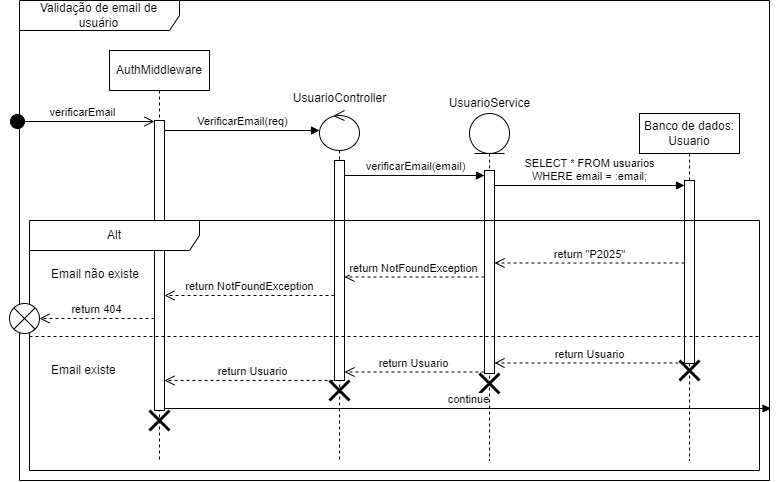
The draw.io diagram UML/sequencia/usuario/Verificacao_email.drawio.png in Dev-Vinicius-Borges/thousand-miles, before a commit. Source tidied: cells renumbered, new cells last; positions are measured from the earlier drawing's top-left corner, leaving out a move shared by most shapes.
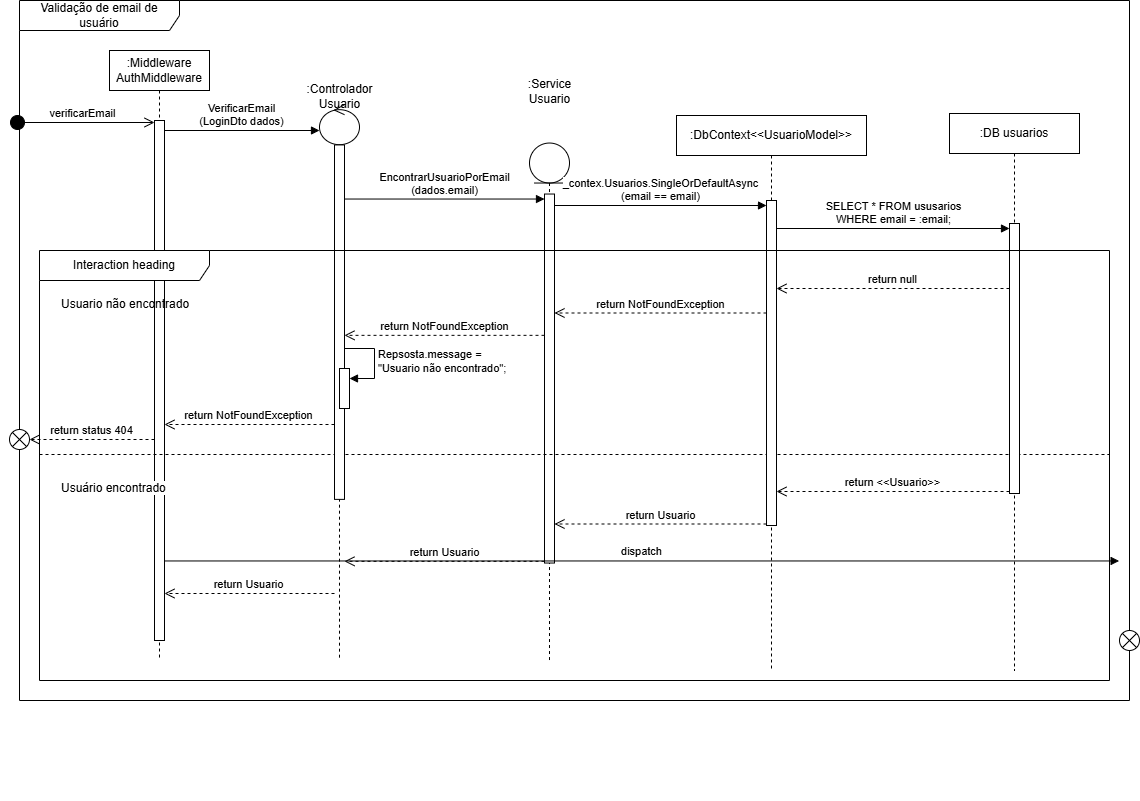
The same diagram one commit later.

Commit message:
docs(UML): Refatorando o diagrama para o login.

What changed in the source:
```diff
@@ -3,124 +3,152 @@
     <mxCell id="0" />
     <mxCell id="1" parent="0" />
     <mxCell id="2" value="Validação de email de usuário" style="shape=umlFrame;whiteSpace=wrap;html=1;width=160;" parent="1" vertex="1">
-      <mxGeometry x="10" width="750" height="480" as="geometry" />
+      <mxGeometry x="10" width="1110" height="700" as="geometry" />
     </mxCell>
-    <mxCell id="3" value="AuthMiddleware" style="shape=umlLifeline;perimeter=lifelinePerimeter;whiteSpace=wrap;html=1;newEdgeStyle={&quot;curved&quot;:0,&quot;rounded&quot;:0};" parent="2" vertex="1">
-      <mxGeometry x="90" y="50" width="100" height="410" as="geometry" />
+    <mxCell id="3" value=":Middleware&lt;div&gt;AuthMiddleware&lt;/div&gt;" style="shape=umlLifeline;perimeter=lifelinePerimeter;whiteSpace=wrap;html=1;newEdgeStyle={&quot;curved&quot;:0,&quot;rounded&quot;:0};" parent="2" vertex="1">
+      <mxGeometry x="90" y="50" width="100" height="610" as="geometry" />
     </mxCell>
     <mxCell id="4" style="html=1;points=[[0,0,0,0,5],[0,1,0,0,-5],[1,0,0,0,5],[1,1,0,0,-5]];perimeter=orthogonalPerimeter;outlineConnect=0;targetShapes=umlLifeline;portConstraint=eastwest;newEdgeStyle={&quot;curved&quot;:0,&quot;rounded&quot;:0};" parent="3" vertex="1">
-      <mxGeometry x="45" y="70" width="10" height="290" as="geometry" />
+      <mxGeometry x="45" y="70" width="10" height="520" as="geometry" />
     </mxCell>
+    <mxCell id="7" value="verificarEmail" style="html=1;verticalAlign=bottom;startArrow=circle;startFill=1;endArrow=open;startSize=6;endSize=8;curved=0;rounded=0;" parent="2" edge="1" target="4">
+      <mxGeometry relative="1" as="geometry">
+        <mxPoint x="-10" y="122" as="sourcePoint" />
+      </mxGeometry>
+    </mxCell>
+    <mxCell id="8" value="VerificarEmail&lt;div&gt;(LoginDto dados)&lt;/div&gt;" style="html=1;verticalAlign=bottom;endArrow=block;curved=0;rounded=0;" parent="2" edge="1" source="4">
+      <mxGeometry relative="1" as="geometry">
+        <mxPoint x="300" y="130" as="targetPoint" />
+      </mxGeometry>
+    </mxCell>
+    <mxCell id="12" value="EncontrarUsuarioPorEmail&lt;div&gt;(dados.email)&lt;/div&gt;" style="html=1;verticalAlign=bottom;endArrow=block;curved=0;rounded=0;entryX=0;entryY=0;entryDx=0;entryDy=5;" parent="2" edge="1" source="6" target="10">
+      <mxGeometry relative="1" as="geometry" />
+    </mxCell>
+    <mxCell id="33" style="group;" parent="2" vertex="1">
+      <mxGeometry x="480" y="80" width="610" height="720" as="geometry" />
+    </mxCell>
+    <mxCell id="9" style="shape=umlLifeline;perimeter=lifelinePerimeter;whiteSpace=wrap;html=1;newEdgeStyle={&quot;curved&quot;:0,&quot;rounded&quot;:0};participant=umlEntity;" parent="33" vertex="1">
+      <mxGeometry x="30" y="62.5" width="40" height="517.5" as="geometry" />
+    </mxCell>
+    <mxCell id="10" style="html=1;points=[[0,0,0,0,5],[0,1,0,0,-5],[1,0,0,0,5],[1,1,0,0,-5]];perimeter=orthogonalPerimeter;outlineConnect=0;targetShapes=umlLifeline;portConstraint=eastwest;newEdgeStyle={&quot;curved&quot;:0,&quot;rounded&quot;:0};" parent="9" vertex="1">
+      <mxGeometry x="15" y="51" width="10" height="369" as="geometry" />
+    </mxCell>
+    <mxCell id="31" value=":Service&lt;div&gt;Usuario&lt;/div&gt;" style="text;html=1;align=center;verticalAlign=middle;strokeColor=none;fillColor=none;" parent="33" vertex="1">
+      <mxGeometry x="15" y="-9.5" width="70" height="40" as="geometry" />
+    </mxCell>
+    <mxCell id="34" value="Usuário encontrado" style="line;strokeWidth=1;dashed=1;labelPosition=center;verticalLabelPosition=bottom;align=left;verticalAlign=top;spacingLeft=20;spacingTop=15;html=1;whiteSpace=wrap;" parent="33" vertex="1">
+      <mxGeometry x="-460" y="369" width="1070" height="10" as="geometry" />
+    </mxCell>
+    <mxCell id="35" style="group;" parent="2" vertex="1">
+      <mxGeometry x="260" y="80" width="120" height="580" as="geometry" />
+    </mxCell>
-    <mxCell id="5" style="shape=umlLifeline;perimeter=lifelinePerimeter;whiteSpace=wrap;html=1;newEdgeStyle={&quot;curved&quot;:0,&quot;rounded&quot;:0};participant=umlControl;" parent="2" vertex="1">
-      <mxGeometry x="300" y="110" width="40" height="350" as="geometry" />
+    <mxCell id="5" style="shape=umlLifeline;perimeter=lifelinePerimeter;whiteSpace=wrap;html=1;newEdgeStyle={&quot;curved&quot;:0,&quot;rounded&quot;:0};participant=umlControl;" parent="35" vertex="1">
+      <mxGeometry x="40" y="24.2" width="40" height="555.8" as="geometry" />
     </mxCell>
     <mxCell id="6" style="html=1;points=[[0,0,0,0,5],[0,1,0,0,-5],[1,0,0,0,5],[1,1,0,0,-5]];perimeter=orthogonalPerimeter;outlineConnect=0;targetShapes=umlLifeline;portConstraint=eastwest;newEdgeStyle={&quot;curved&quot;:0,&quot;rounded&quot;:0};" parent="5" vertex="1">
-      <mxGeometry x="15" y="50" width="10" height="220" as="geometry" />
+      <mxGeometry x="15" y="40.3" width="10" height="354.4" as="geometry" />
     </mxCell>
-    <mxCell id="7" value="verificarEmail" style="html=1;verticalAlign=bottom;startArrow=circle;startFill=1;endArrow=open;startSize=6;endSize=8;curved=0;rounded=0;" parent="2" edge="1">
-      <mxGeometry relative="1" as="geometry">
-        <mxPoint x="-10" y="121" as="sourcePoint" />
-        <mxPoint x="135" y="121" as="targetPoint" />
-      </mxGeometry>
-    </mxCell>
-    <mxCell id="8" value="VerificarEmail(req)" style="html=1;verticalAlign=bottom;endArrow=block;curved=0;rounded=0;" parent="2" edge="1" source="4">
-      <mxGeometry relative="1" as="geometry">
-        <mxPoint x="300" y="130" as="targetPoint" />
-      </mxGeometry>
-    </mxCell>
-    <mxCell id="9" style="shape=umlLifeline;perimeter=lifelinePerimeter;whiteSpace=wrap;html=1;newEdgeStyle={&quot;curved&quot;:0,&quot;rounded&quot;:0};participant=umlEntity;" parent="2" vertex="1">
-      <mxGeometry x="450" y="113" width="40" height="347" as="geometry" />
-    </mxCell>
-    <mxCell id="10" style="html=1;points=[[0,0,0,0,5],[0,1,0,0,-5],[1,0,0,0,5],[1,1,0,0,-5]];perimeter=orthogonalPerimeter;outlineConnect=0;targetShapes=umlLifeline;portConstraint=eastwest;newEdgeStyle={&quot;curved&quot;:0,&quot;rounded&quot;:0};" parent="9" vertex="1">
-      <mxGeometry x="15" y="57" width="10" height="203" as="geometry" />
-    </mxCell>
-    <mxCell id="11" style="shape=umlDestroy;whiteSpace=wrap;html=1;strokeWidth=3;targetShapes=umlLifeline;" parent="9" vertex="1">
-      <mxGeometry x="10" y="260" width="20" height="20" as="geometry" />
-    </mxCell>
-    <mxCell id="12" value="verificarEmail(email)" style="html=1;verticalAlign=bottom;endArrow=block;curved=0;rounded=0;entryX=0;entryY=0;entryDx=0;entryDy=5;" parent="2" edge="1" source="6" target="10">
-      <mxGeometry relative="1" as="geometry" />
-    </mxCell>
-    <mxCell id="13" value="Banco de dados:&lt;div&gt;Usuario&lt;/div&gt;" style="shape=umlLifeline;perimeter=lifelinePerimeter;whiteSpace=wrap;html=1;newEdgeStyle={&quot;curved&quot;:0,&quot;rounded&quot;:0};" parent="2" vertex="1">
-      <mxGeometry x="620" y="113" width="100" height="347" as="geometry" />
-    </mxCell>
-    <mxCell id="14" style="html=1;points=[[0,0,0,0,5],[0,1,0,0,-5],[1,0,0,0,5],[1,1,0,0,-5]];perimeter=orthogonalPerimeter;outlineConnect=0;targetShapes=umlLifeline;portConstraint=eastwest;newEdgeStyle={&quot;curved&quot;:0,&quot;rounded&quot;:0};" parent="13" vertex="1">
-      <mxGeometry x="45" y="67" width="10" height="183" as="geometry" />
-    </mxCell>
-    <mxCell id="15" value="SELECT * FROM usuarios&lt;div&gt;WHERE email = :email;&lt;/div&gt;" style="html=1;verticalAlign=bottom;endArrow=block;curved=0;rounded=0;entryX=0;entryY=0;entryDx=0;entryDy=5;" parent="2" edge="1" source="10" target="14">
-      <mxGeometry relative="1" as="geometry" />
-    </mxCell>
-    <mxCell id="16" value="Alt" style="shape=umlFrame;whiteSpace=wrap;html=1;width=170;" parent="2" vertex="1">
-      <mxGeometry x="10" y="220" width="730" height="250" as="geometry" />
-    </mxCell>
-    <mxCell id="17" value="Email não existe" style="text;html=1;" parent="16" vertex="1">
-      <mxGeometry width="100" height="20" relative="1" as="geometry">
-        <mxPoint x="20" y="40" as="offset" />
-      </mxGeometry>
-    </mxCell>
-    <mxCell id="18" value="Email existe" style="line;strokeWidth=1;dashed=1;labelPosition=center;verticalLabelPosition=bottom;align=left;verticalAlign=top;spacingLeft=20;spacingTop=15;html=1;whiteSpace=wrap;" parent="16" vertex="1">
-      <mxGeometry y="111" width="730" height="10" as="geometry" />
-    </mxCell>
-    <mxCell id="19" value="return Usuario" style="html=1;verticalAlign=bottom;endArrow=open;dashed=1;endSize=8;curved=0;rounded=0;" parent="16" edge="1" target="4">
-      <mxGeometry relative="1" as="geometry">
-        <mxPoint x="310" y="160" as="sourcePoint" />
-      </mxGeometry>
-    </mxCell>
-    <mxCell id="20" style="shape=umlDestroy;whiteSpace=wrap;html=1;strokeWidth=3;targetShapes=umlLifeline;" parent="16" vertex="1">
-      <mxGeometry x="120" y="190" width="20" height="20" as="geometry" />
-    </mxCell>
-    <mxCell id="21" style="shape=umlDestroy;whiteSpace=wrap;html=1;strokeWidth=3;targetShapes=umlLifeline;" parent="16" vertex="1">
-      <mxGeometry x="300" y="160" width="20" height="20" as="geometry" />
-    </mxCell>
-    <mxCell id="22" style="shape=umlDestroy;whiteSpace=wrap;html=1;strokeWidth=3;targetShapes=umlLifeline;" parent="16" vertex="1">
-      <mxGeometry x="650" y="140" width="20" height="20" as="geometry" />
-    </mxCell>
-    <mxCell id="23" value="return &quot;P2025&quot;" style="html=1;verticalAlign=bottom;endArrow=open;dashed=1;endSize=8;curved=0;rounded=0;" parent="2" edge="1">
-      <mxGeometry relative="1" as="geometry">
-        <mxPoint x="665" y="262.5" as="sourcePoint" />
-        <mxPoint x="475" y="262.5" as="targetPoint" />
-      </mxGeometry>
-    </mxCell>
-    <mxCell id="24" value="return&amp;nbsp;NotFoundException" style="html=1;verticalAlign=bottom;endArrow=open;dashed=1;endSize=8;curved=0;rounded=0;" parent="2" edge="1">
-      <mxGeometry relative="1" as="geometry">
-        <mxPoint x="465" y="276.5" as="sourcePoint" />
-        <mxPoint x="325" y="276.5" as="targetPoint" />
-      </mxGeometry>
-    </mxCell>
-    <mxCell id="25" value="return&amp;nbsp;NotFoundException" style="html=1;verticalAlign=bottom;endArrow=open;dashed=1;endSize=8;curved=0;rounded=0;" parent="2" edge="1">
-      <mxGeometry relative="1" as="geometry">
-        <mxPoint x="315" y="295" as="sourcePoint" />
-        <mxPoint x="145" y="295" as="targetPoint" />
-      </mxGeometry>
-    </mxCell>
-    <mxCell id="26" style="shape=sumEllipse;perimeter=ellipsePerimeter;html=1;backgroundOutline=1;" parent="2" vertex="1">
-      <mxGeometry x="-10" y="303" width="30" height="30" as="geometry" />
-    </mxCell>
-    <mxCell id="27" value="return Usuario" style="html=1;verticalAlign=bottom;endArrow=open;dashed=1;endSize=8;curved=0;rounded=0;" parent="2" edge="1">
-      <mxGeometry relative="1" as="geometry">
-        <mxPoint x="665" y="362.5" as="sourcePoint" />
-        <mxPoint x="475" y="362.5" as="targetPoint" />
-      </mxGeometry>
-    </mxCell>
-    <mxCell id="28" value="return Usuario" style="html=1;verticalAlign=bottom;endArrow=open;dashed=1;endSize=8;curved=0;rounded=0;" parent="2" edge="1">
-      <mxGeometry relative="1" as="geometry">
-        <mxPoint x="465" y="371.5" as="sourcePoint" />
-        <mxPoint x="325" y="371.5" as="targetPoint" />
-      </mxGeometry>
-    </mxCell>
-    <mxCell id="29" value="continue" style="html=1;verticalAlign=bottom;endArrow=block;curved=0;rounded=0;entryX=1.002;entryY=0.85;entryDx=0;entryDy=0;entryPerimeter=0;" parent="2" edge="1" source="4" target="2">
-      <mxGeometry relative="1" as="geometry" />
-    </mxCell>
-    <mxCell id="30" value="UsuarioController" style="text;html=1;align=center;verticalAlign=middle;strokeColor=none;fillColor=none;" parent="1" vertex="1">
-      <mxGeometry x="270" y="83" width="120" height="30" as="geometry" />
+    <mxCell id="30" value=":Controlador&lt;div&gt;Usuario&lt;/div&gt;" style="text;html=1;align=center;verticalAlign=middle;strokeColor=none;fillColor=none;" parent="35" vertex="1">
+      <mxGeometry x="15" y="-4" width="90" height="40" as="geometry" />
     </mxCell>
-    <mxCell id="31" value="UsuarioService" style="text;html=1;align=center;verticalAlign=middle;strokeColor=none;fillColor=none;" parent="1" vertex="1">
-      <mxGeometry x="430" y="88" width="100" height="30" as="geometry" />
-    </mxCell>
-    <mxCell id="32" value="return 404" style="html=1;verticalAlign=bottom;endArrow=open;dashed=1;endSize=8;curved=0;rounded=0;entryX=1;entryY=0.5;entryDx=0;entryDy=0;" parent="1" edge="1">
-      <mxGeometry relative="1" as="geometry">
-        <mxPoint x="145" y="318" as="sourcePoint" />
-        <mxPoint x="30" y="318" as="targetPoint" />
-      </mxGeometry>
-    </mxCell>
+    <mxCell id="36" value=":DbContext&amp;lt;&amp;lt;UsuarioModel&amp;gt;&amp;gt;" style="shape=umlLifeline;perimeter=lifelinePerimeter;whiteSpace=wrap;html=1;newEdgeStyle={&quot;curved&quot;:0,&quot;rounded&quot;:0};" parent="2" vertex="1">
+      <mxGeometry x="657" y="115" width="190" height="555" as="geometry" />
+    </mxCell>
+    <mxCell id="37" style="html=1;points=[[0,0,0,0,5],[0,1,0,0,-5],[1,0,0,0,5],[1,1,0,0,-5]];perimeter=orthogonalPerimeter;outlineConnect=0;targetShapes=umlLifeline;portConstraint=eastwest;newEdgeStyle={&quot;curved&quot;:0,&quot;rounded&quot;:0};" parent="36" vertex="1">
+      <mxGeometry x="90" y="85" width="10" height="325" as="geometry" />
+    </mxCell>
+    <mxCell id="38" value=":DB usuarios" style="shape=umlLifeline;perimeter=lifelinePerimeter;whiteSpace=wrap;html=1;newEdgeStyle={&quot;curved&quot;:0,&quot;rounded&quot;:0};" parent="2" vertex="1">
+      <mxGeometry x="930" y="113" width="130" height="557" as="geometry" />
+    </mxCell>
+    <mxCell id="39" style="html=1;points=[[0,0,0,0,5],[0,1,0,0,-5],[1,0,0,0,5],[1,1,0,0,-5]];perimeter=orthogonalPerimeter;outlineConnect=0;targetShapes=umlLifeline;portConstraint=eastwest;newEdgeStyle={&quot;curved&quot;:0,&quot;rounded&quot;:0};" parent="38" vertex="1">
+      <mxGeometry x="60" y="110" width="10" height="270" as="geometry" />
+    </mxCell>
+    <mxCell id="40" value="_contex.Usuarios.SingleOrDefaultAsync&lt;div&gt;(email == email)&lt;/div&gt;" style="html=1;verticalAlign=bottom;endArrow=block;curved=0;rounded=0;entryX=0;entryY=0;entryDx=0;entryDy=5;" parent="2" edge="1" source="10" target="37">
+      <mxGeometry relative="1" as="geometry" />
+    </mxCell>
+    <mxCell id="41" value="SELECT * FROM ususarios&lt;div&gt;WHERE email = :email;&lt;/div&gt;" style="html=1;verticalAlign=bottom;endArrow=block;curved=0;rounded=0;entryX=0;entryY=0;entryDx=0;entryDy=5;" parent="2" edge="1" source="37" target="39">
+      <mxGeometry relative="1" as="geometry" />
+    </mxCell>
+    <mxCell id="42" value="return null" style="html=1;verticalAlign=bottom;endArrow=open;dashed=1;endSize=8;curved=0;rounded=0;exitX=0;exitY=1;exitDx=0;exitDy=-5;" parent="2" edge="1">
+      <mxGeometry relative="1" as="geometry">
+        <mxPoint x="990" y="288" as="sourcePoint" />
+        <mxPoint x="757" y="288" as="targetPoint" />
+      </mxGeometry>
+    </mxCell>
+    <mxCell id="43" value="return NotFoundException" style="html=1;verticalAlign=bottom;endArrow=open;dashed=1;endSize=8;curved=0;rounded=0;" parent="2" edge="1">
+      <mxGeometry relative="1" as="geometry">
+        <mxPoint x="747" y="312.5" as="sourcePoint" />
+        <mxPoint x="535" y="312.5" as="targetPoint" />
+      </mxGeometry>
+    </mxCell>
+    <mxCell id="44" value="return NotFoundException" style="html=1;verticalAlign=bottom;endArrow=open;dashed=1;endSize=8;curved=0;rounded=0;" parent="2" edge="1">
+      <mxGeometry relative="1" as="geometry">
+        <mxPoint x="525" y="334.8" as="sourcePoint" />
+        <mxPoint x="325" y="334.8" as="targetPoint" />
+      </mxGeometry>
+    </mxCell>
+    <mxCell id="45" value="return NotFoundException" style="html=1;verticalAlign=bottom;endArrow=open;dashed=1;endSize=8;curved=0;rounded=0;" parent="2" edge="1">
+      <mxGeometry relative="1" as="geometry">
+        <mxPoint x="315" y="424" as="sourcePoint" />
+        <mxPoint x="145" y="424" as="targetPoint" />
+      </mxGeometry>
+    </mxCell>
+    <mxCell id="46" value="return &amp;lt;&amp;lt;Usuario&amp;gt;&amp;gt;" style="html=1;verticalAlign=bottom;endArrow=open;dashed=1;endSize=8;curved=0;rounded=0;" parent="2" edge="1">
+      <mxGeometry relative="1" as="geometry">
+        <mxPoint x="990" y="491" as="sourcePoint" />
+        <mxPoint x="757" y="491" as="targetPoint" />
+      </mxGeometry>
+    </mxCell>
+    <mxCell id="47" value="return Usuario" style="html=1;verticalAlign=bottom;endArrow=open;dashed=1;endSize=8;curved=0;rounded=0;" parent="2" edge="1">
+      <mxGeometry relative="1" as="geometry">
+        <mxPoint x="747" y="523.5" as="sourcePoint" />
+        <mxPoint x="535" y="523.5" as="targetPoint" />
+      </mxGeometry>
+    </mxCell>
+    <mxCell id="48" value="return Usuario" style="html=1;verticalAlign=bottom;endArrow=open;dashed=1;endSize=8;curved=0;rounded=0;" parent="2" edge="1">
+      <mxGeometry relative="1" as="geometry">
+        <mxPoint x="525" y="560.8" as="sourcePoint" />
+        <mxPoint x="325" y="560.8" as="targetPoint" />
+      </mxGeometry>
+    </mxCell>
+    <mxCell id="49" value="Interaction heading" style="shape=umlFrame;whiteSpace=wrap;html=1;width=170;" parent="2" vertex="1">
+      <mxGeometry x="20" y="250" width="1070" height="430" as="geometry" />
+    </mxCell>
+    <mxCell id="50" value="Usuario não encontrado" style="text;html=1;" parent="49" vertex="1">
+      <mxGeometry width="100" height="20" relative="1" as="geometry">
+        <mxPoint x="20" y="40" as="offset" />
+      </mxGeometry>
+    </mxCell>
+    <mxCell id="51" style="html=1;points=[[0,0,0,0,5],[0,1,0,0,-5],[1,0,0,0,5],[1,1,0,0,-5]];perimeter=orthogonalPerimeter;outlineConnect=0;targetShapes=umlLifeline;portConstraint=eastwest;newEdgeStyle={&quot;curved&quot;:0,&quot;rounded&quot;:0};" parent="49" vertex="1">
+      <mxGeometry x="300" y="118" width="10" height="40" as="geometry" />
+    </mxCell>
+    <mxCell id="52" value="Repsosta.message =&amp;nbsp;&lt;div&gt;&quot;Usuario não encontrado&quot;;&lt;/div&gt;" style="html=1;align=left;spacingLeft=2;endArrow=block;rounded=0;edgeStyle=orthogonalEdgeStyle;curved=0;rounded=0;" parent="49" edge="1" target="51">
+      <mxGeometry relative="1" as="geometry">
+        <mxPoint x="305" y="98" as="sourcePoint" />
+        <Array as="points">
+          <mxPoint x="335" y="128" />
+        </Array>
+      </mxGeometry>
+    </mxCell>
+    <mxCell id="53" value="return Usuario" style="html=1;verticalAlign=bottom;endArrow=open;dashed=1;endSize=8;curved=0;rounded=0;" parent="2" edge="1">
+      <mxGeometry relative="1" as="geometry">
+        <mxPoint x="315" y="593" as="sourcePoint" />
+        <mxPoint x="145" y="593" as="targetPoint" />
+      </mxGeometry>
+    </mxCell>
+    <mxCell id="54" value="dispatch" style="html=1;verticalAlign=bottom;endArrow=block;curved=0;rounded=0;entryX=1.009;entryY=0.722;entryDx=0;entryDy=0;entryPerimeter=0;" parent="2" edge="1" source="4" target="49">
+      <mxGeometry relative="1" as="geometry" />
+    </mxCell>
+    <mxCell id="55" style="shape=sumEllipse;perimeter=ellipsePerimeter;html=1;backgroundOutline=1;" parent="1" vertex="1">
+      <mxGeometry y="429" width="20" height="20" as="geometry" />
+    </mxCell>
+    <mxCell id="56" value="return status 404" style="html=1;verticalAlign=bottom;endArrow=open;dashed=1;endSize=8;curved=0;rounded=0;entryX=1;entryY=0.5;entryDx=0;entryDy=0;" parent="1" edge="1" target="55">
+      <mxGeometry relative="1" as="geometry">
+        <mxPoint x="145" y="439" as="sourcePoint" />
+      </mxGeometry>
+    </mxCell>
+    <mxCell id="57" style="shape=sumEllipse;perimeter=ellipsePerimeter;html=1;backgroundOutline=1;" parent="1" vertex="1">
+      <mxGeometry x="1110" y="630" width="20" height="20" as="geometry" />
+    </mxCell>
   </root>
 </mxGraphModel>
```
